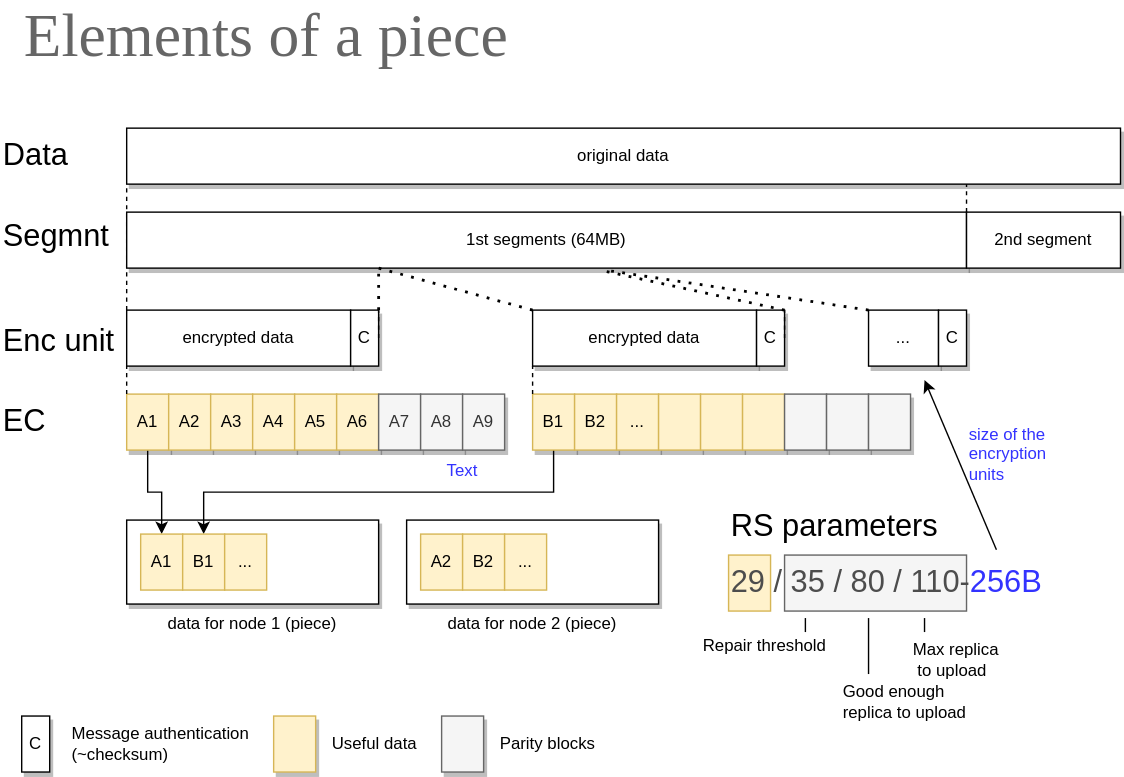
storj/illustrated keeps this draw.io diagram as docs/pieces.svg. Above is the earlier version. Source tidied: cells renumbered, new cells last; positions are measured from the earlier drawing's top-left corner, leaving out a move shared by most shapes.
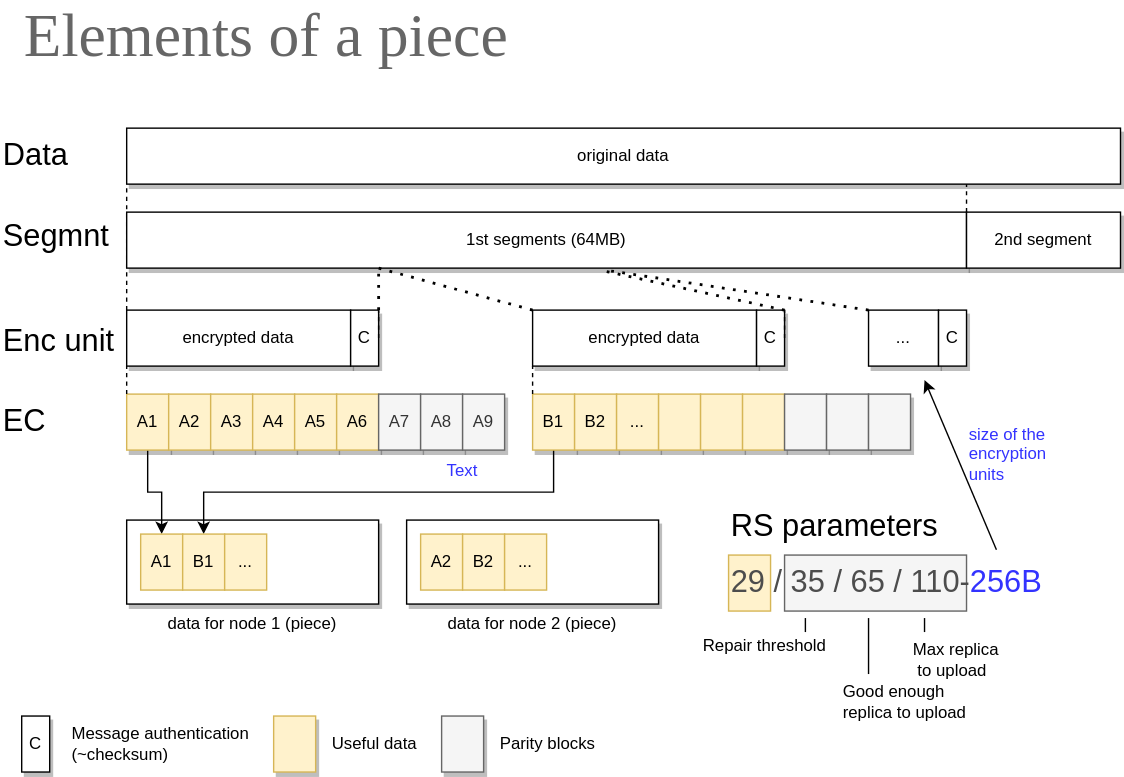
After the commit.

Commit message:
use the current optimal RS threshold (65 vs 80)

The edit, as a diff of the source:
```diff
@@ -194,7 +194,7 @@
     <mxCell id="59" value="RS parameters" style="text;html=1;strokeColor=none;fillColor=none;align=left;verticalAlign=middle;whiteSpace=wrap;rounded=0;fontSize=22;" parent="1" vertex="1">
       <mxGeometry x="520" y="360" width="260" height="30" as="geometry" />
     </mxCell>
-    <mxCell id="60" value="29 / 35 / 80 / 110-&lt;font color=&quot;#3333ff&quot;&gt;256B&lt;/font&gt;" style="text;html=1;strokeColor=none;fillColor=none;align=left;verticalAlign=middle;whiteSpace=wrap;rounded=0;fontSize=22;fontColor=#4D4D4D;" parent="1" vertex="1">
+    <mxCell id="60" value="29 / 35 / 65 / 110-&lt;font color=&quot;#3333ff&quot;&gt;256B&lt;/font&gt;" style="text;html=1;strokeColor=none;fillColor=none;align=left;verticalAlign=middle;whiteSpace=wrap;rounded=0;fontSize=22;fontColor=#4D4D4D;" parent="1" vertex="1">
       <mxGeometry x="520" y="400" width="230" height="30" as="geometry" />
     </mxCell>
     <mxCell id="61" style="endArrow=classic;html=1;rounded=0;fontSize=22;fontColor=#3333FF;exitX=0.736;exitY=1.038;exitDx=0;exitDy=0;exitPerimeter=0;" parent="1" edge="1" source="59">
```
